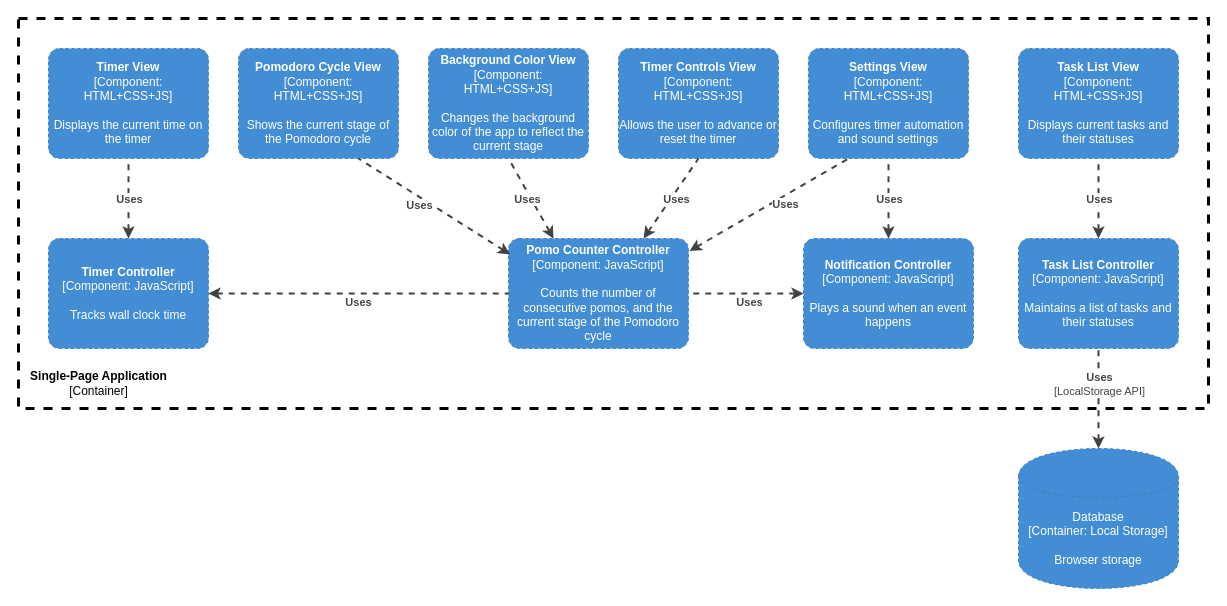
Before: page "Level 3" (3 of 3) of specs/system_diagrams/c4.drawio in padraigUCSD/cse110-w21-group31, a draw.io diagram. Source tidied: cells renumbered, new cells numbered last; positions are measured from the earlier drawing's top-left corner, leaving out a move shared by most shapes. Both pictures are drawn from the tidied source at 100%, with x=0, y=0 at pixel (18, 18).
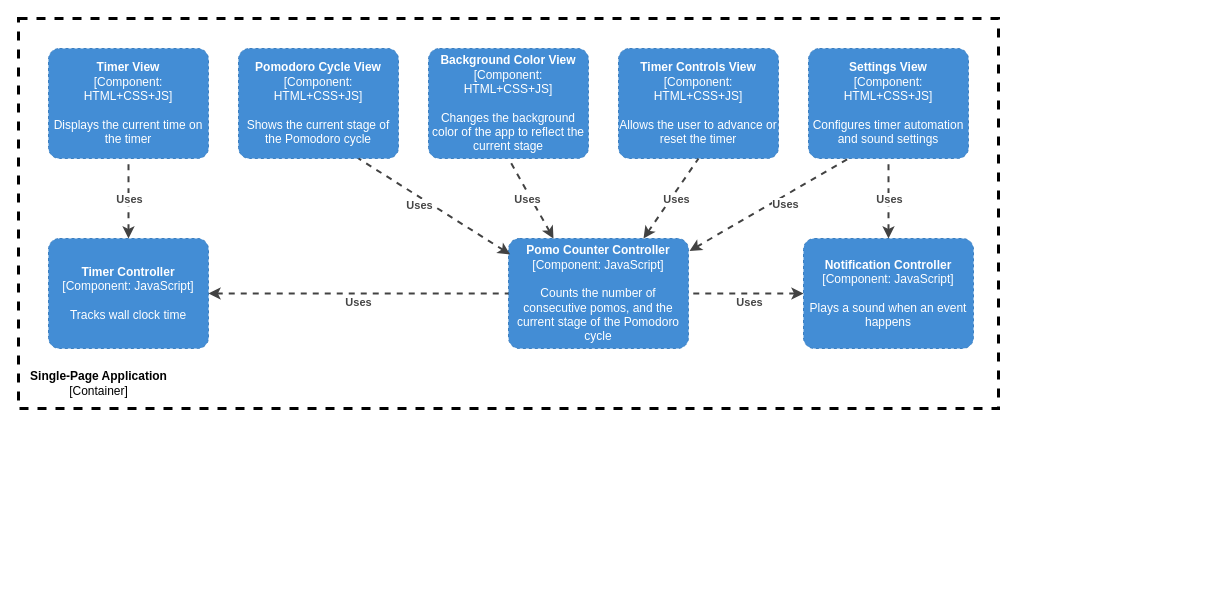
The same page after the edit.

Commit message (it also covers changes not shown here):
Update C4 diagrams and remove unused task-list-view

The edit, as a diff of the source:
```diff
@@
     <mxCell id="2" style="rounded=0;whiteSpace=wrap;html=1;dashed=1;strokeWidth=3;fillColor=none;" parent="1" vertex="1">
-      <mxGeometry width="1190" height="390" as="geometry" />
+      <mxGeometry width="980" height="390" as="geometry" />
     </mxCell>
@@
-    <object id="4" label="%c4Type%&lt;div&gt;[Container:&amp;nbsp;%c4Technology%]&lt;/div&gt;&lt;br&gt;&lt;div&gt;%c4Description%&lt;/div&gt;" c4Description="Browser storage" c4Technology="Local Storage" c4Type="Database" placeholders="1">
-      <mxCell style="shape=cylinder;whiteSpace=wrap;html=1;boundedLbl=1;rounded=0;labelBackgroundColor=none;fillColor=#438DD5;fontSize=12;fontColor=#ffffff;align=center;strokeColor=#3C7FC0;points=[[0.5,0,0],[1,0.25,0],[1,0.5,0],[1,0.75,0],[0.5,1,0],[0,0.75,0],[0,0.5,0],[0,0.25,0]];metaData={&quot;c4Type&quot;:{&quot;editable&quot;:false}};dashed=1;" parent="1" vertex="1">
-        <mxGeometry x="1000" y="430" width="160" height="140" as="geometry" />
-      </mxCell>
-    </object>
@@
-    <object id="6" label="&lt;b&gt;%c4Name%&lt;/b&gt;&lt;div&gt;[%c4Type%: %c4Technology%]&lt;/div&gt;&lt;br&gt;&lt;div&gt;%c4Description%&lt;/div&gt;" c4Description="Maintains a list of tasks and their statuses" c4Name="Task List Controller" c4Technology="JavaScript" c4Type="Component" placeholders="1">
-      <mxCell style="rounded=1;whiteSpace=wrap;html=1;labelBackgroundColor=none;fillColor=#438DD5;fontColor=#ffffff;align=center;arcSize=10;strokeColor=#3C7FC0;metaData={&quot;c4Type&quot;:{&quot;editable&quot;:false}};points=[[0.25,0,0],[0.5,0,0],[0.75,0,0],[1,0.25,0],[1,0.5,0],[1,0.75,0],[0.75,1,0],[0.5,1,0],[0.25,1,0],[0,0.75,0],[0,0.5,0],[0,0.25,0]];dashed=1;" parent="1" vertex="1">
-        <mxGeometry x="1000" y="220" width="160" height="110" as="geometry" />
-      </mxCell>
-    </object>
@@
-    <object id="13" label="&lt;b&gt;%c4Name%&lt;/b&gt;&lt;div&gt;[%c4Type%: %c4Technology%]&lt;/div&gt;&lt;br&gt;&lt;div&gt;%c4Description%&lt;/div&gt;" c4Description="Displays current tasks and their statuses" c4Name="Task List View" c4Technology="HTML+CSS+JS" c4Type="Component" placeholders="1">
-      <mxCell style="rounded=1;whiteSpace=wrap;html=1;labelBackgroundColor=none;fillColor=#438DD5;fontColor=#ffffff;align=center;arcSize=10;strokeColor=#3C7FC0;metaData={&quot;c4Type&quot;:{&quot;editable&quot;:false}};points=[[0.25,0,0],[0.5,0,0],[0.75,0,0],[1,0.25,0],[1,0.5,0],[1,0.75,0],[0.75,1,0],[0.5,1,0],[0.25,1,0],[0,0.75,0],[0,0.5,0],[0,0.25,0]];dashed=1;" parent="1" vertex="1">
-        <mxGeometry x="1000" y="30" width="160" height="110" as="geometry" />
-      </mxCell>
-    </object>
@@
-    <mxCell id="27" style="endArrow=none;html=1;startArrow=classic;startFill=1;strokeWidth=2;strokeColor=#424242;entryX=0.5;entryY=1;entryDx=0;entryDy=0;entryPerimeter=0;dashed=1;exitX=0.5;exitY=0;exitDx=0;exitDy=0;exitPerimeter=0;" parent="1" edge="1" source="6" target="13">
-      <mxGeometry relative="1" as="geometry" />
-    </mxCell>
-    <mxCell id="28" value="&lt;b&gt;Uses&lt;/b&gt;" style="edgeLabel;html=1;align=center;verticalAlign=middle;fontColor=#454545;" parent="27" vertex="1">
-      <mxGeometry x="0.2" relative="1" as="geometry">
-        <mxPoint y="8" as="offset" />
-      </mxGeometry>
-    </mxCell>
-    <mxCell id="29" style="endArrow=none;html=1;startArrow=classic;startFill=1;strokeWidth=2;strokeColor=#424242;entryX=0.5;entryY=1;entryDx=0;entryDy=0;entryPerimeter=0;dashed=1;exitX=0.5;exitY=0;exitDx=0;exitDy=0;exitPerimeter=0;" parent="1" edge="1" source="4" target="6">
-      <mxGeometry relative="1" as="geometry" />
-    </mxCell>
-    <mxCell id="30" value="&lt;div&gt;&lt;b&gt;Uses&lt;/b&gt;&lt;/div&gt;&lt;div&gt;[LocalStorage API]&lt;br&gt;&lt;b&gt;&lt;/b&gt;&lt;/div&gt;" style="edgeLabel;html=1;align=center;verticalAlign=middle;fontColor=#454545;" parent="29" vertex="1">
-      <mxGeometry x="0.2" relative="1" as="geometry">
-        <mxPoint y="-5" as="offset" />
-      </mxGeometry>
-    </mxCell>
```
